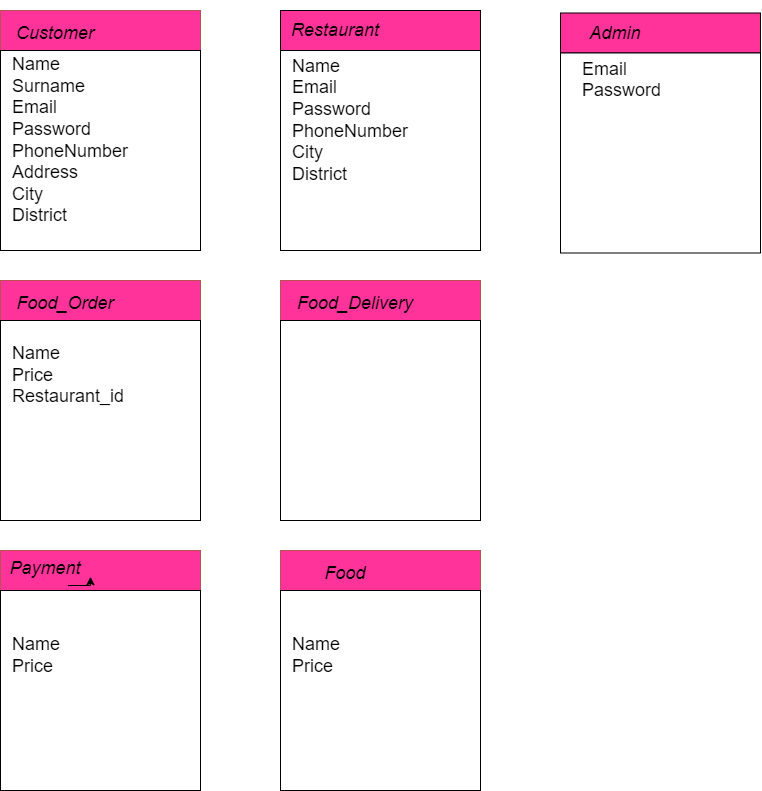
Before: database.png, a diagram exported from draw.io (duygu2/Food-Deliveryy). Source tidied: cells renumbered, new cells last; positions are measured from the earlier drawing's top-left corner, leaving out a move shared by most shapes.
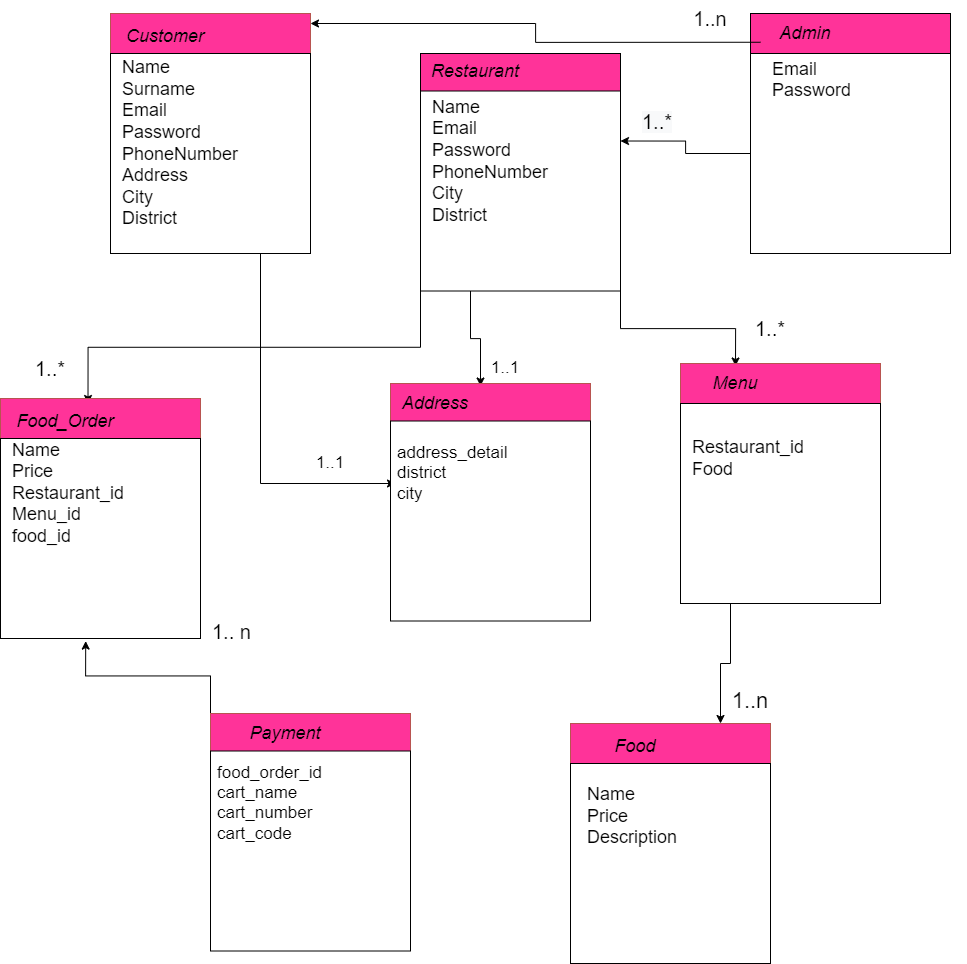
Later version of the same file.

Diff of the diagram source:
```diff
@@ -5,6 +5,9 @@
     <mxCell id="2" style="rounded=0;whiteSpace=wrap;html=1;fillColor=#FF3399;strokeColor=#b85450;" parent="1" vertex="1">
       <mxGeometry y="10" width="200" height="40" as="geometry" />
     </mxCell>
+    <mxCell id="30" style="edgeStyle=orthogonalEdgeStyle;rounded=0;jettySize=auto;html=1;exitX=0.75;exitY=1;exitDx=0;exitDy=0;entryX=0;entryY=0.5;entryDx=0;entryDy=0;fontSize=17;" parent="1" edge="1" source="3" target="49">
+      <mxGeometry relative="1" as="geometry" />
+    </mxCell>
     <mxCell id="3" style="rounded=0;whiteSpace=wrap;html=1;" parent="1" vertex="1">
       <mxGeometry y="50" width="200" height="200" as="geometry" />
     </mxCell>
@@ -15,76 +18,133 @@
       <mxGeometry x="10" y="90" width="150" height="100" as="geometry" />
     </mxCell>
     <mxCell id="6" style="rounded=0;whiteSpace=wrap;html=1;fillColor=#FF3399;" parent="1" vertex="1">
-      <mxGeometry x="280" y="10" width="200" height="40" as="geometry" />
+      <mxGeometry x="310" y="50" width="200" height="40" as="geometry" />
     </mxCell>
+    <mxCell id="31" style="edgeStyle=orthogonalEdgeStyle;rounded=0;jettySize=auto;html=1;exitX=0;exitY=1;exitDx=0;exitDy=0;entryX=0.75;entryY=0;entryDx=0;entryDy=0;fontSize=20;" parent="1" edge="1" source="7" target="16">
+      <mxGeometry relative="1" as="geometry" />
+    </mxCell>
+    <mxCell id="32" style="edgeStyle=orthogonalEdgeStyle;rounded=0;jettySize=auto;html=1;exitX=0.25;exitY=1;exitDx=0;exitDy=0;entryX=1;entryY=0;entryDx=0;entryDy=0;fontSize=17;" parent="1" edge="1" source="7" target="48">
+      <mxGeometry relative="1" as="geometry" />
+    </mxCell>
+    <mxCell id="33" style="edgeStyle=orthogonalEdgeStyle;rounded=0;jettySize=auto;html=1;exitX=1;exitY=1;exitDx=0;exitDy=0;entryX=0.5;entryY=0;entryDx=0;entryDy=0;fontSize=22;" parent="1" edge="1" source="7" target="38">
+      <mxGeometry relative="1" as="geometry" />
+    </mxCell>
     <mxCell id="7" style="rounded=0;whiteSpace=wrap;html=1;" parent="1" vertex="1">
-      <mxGeometry x="280" y="50" width="200" height="200" as="geometry" />
+      <mxGeometry x="310" y="87.5" width="200" height="200" as="geometry" />
     </mxCell>
     <mxCell id="8" value="&lt;font style=&quot;font-size: 18px;&quot;&gt;&lt;i&gt;Restaurant&lt;/i&gt;&lt;/font&gt;" style="text;html=1;strokeColor=none;fillColor=none;align=center;verticalAlign=middle;whiteSpace=wrap;rounded=0;" parent="1" vertex="1">
-      <mxGeometry x="290" y="12.5" width="90" height="35" as="geometry" />
+      <mxGeometry x="320" y="50" width="90" height="35" as="geometry" />
     </mxCell>
     <mxCell id="9" value="Name&lt;br&gt;Email&lt;br&gt;Password&lt;br&gt;PhoneNumber&lt;br&gt;City&lt;br&gt;District" style="text;html=1;strokeColor=none;fillColor=none;align=left;verticalAlign=middle;whiteSpace=wrap;rounded=0;fontSize=18;" parent="1" vertex="1">
-      <mxGeometry x="290" y="70" width="150" height="100" as="geometry" />
+      <mxGeometry x="320" y="107.5" width="150" height="100" as="geometry" />
     </mxCell>
     <mxCell id="10" style="rounded=0;whiteSpace=wrap;html=1;fillColor=#FF3399;" parent="1" vertex="1">
-      <mxGeometry x="560" y="12.5" width="200" height="40" as="geometry" />
+      <mxGeometry x="640" y="10" width="200" height="40" as="geometry" />
     </mxCell>
+    <mxCell id="34" style="edgeStyle=orthogonalEdgeStyle;rounded=0;jettySize=auto;html=1;exitX=0;exitY=0.5;exitDx=0;exitDy=0;entryX=1;entryY=0.25;entryDx=0;entryDy=0;fontSize=20;" parent="1" edge="1" source="11" target="7">
+      <mxGeometry relative="1" as="geometry" />
+    </mxCell>
     <mxCell id="11" style="rounded=0;whiteSpace=wrap;html=1;" parent="1" vertex="1">
-      <mxGeometry x="560" y="52.5" width="200" height="200" as="geometry" />
+      <mxGeometry x="640" y="50" width="200" height="200" as="geometry" />
     </mxCell>
+    <mxCell id="35" style="edgeStyle=orthogonalEdgeStyle;rounded=0;jettySize=auto;html=1;exitX=0;exitY=0.75;exitDx=0;exitDy=0;entryX=1;entryY=0.25;entryDx=0;entryDy=0;fontSize=17;" parent="1" edge="1" source="12" target="2">
+      <mxGeometry relative="1" as="geometry" />
+    </mxCell>
     <mxCell id="12" value="&lt;font style=&quot;font-size: 18px;&quot;&gt;&lt;i&gt;Admin&lt;/i&gt;&lt;/font&gt;" style="text;html=1;strokeColor=none;fillColor=none;align=center;verticalAlign=middle;whiteSpace=wrap;rounded=0;" parent="1" vertex="1">
-      <mxGeometry x="570" y="15" width="90" height="35" as="geometry" />
+      <mxGeometry x="650" y="12.5" width="90" height="35" as="geometry" />
     </mxCell>
     <mxCell id="13" value="&lt;br&gt;Email&lt;br&gt;Password&lt;br&gt;" style="text;html=1;strokeColor=none;fillColor=none;align=left;verticalAlign=middle;whiteSpace=wrap;rounded=0;fontSize=18;" parent="1" vertex="1">
-      <mxGeometry x="580" width="150" height="137.5" as="geometry" />
+      <mxGeometry x="660" y="-2.5" width="150" height="137.5" as="geometry" />
     </mxCell>
     <mxCell id="14" style="rounded=0;whiteSpace=wrap;html=1;fillColor=#FF3399;strokeColor=#b85450;" parent="1" vertex="1">
-      <mxGeometry y="280" width="200" height="40" as="geometry" />
+      <mxGeometry x="-110" y="395" width="200" height="40" as="geometry" />
     </mxCell>
     <mxCell id="15" style="rounded=0;whiteSpace=wrap;html=1;" parent="1" vertex="1">
-      <mxGeometry y="320" width="200" height="200" as="geometry" />
+      <mxGeometry x="-110" y="435" width="200" height="200" as="geometry" />
     </mxCell>
     <mxCell id="16" value="&lt;font style=&quot;font-size: 18px;&quot;&gt;&lt;i&gt;Food_Order&lt;/i&gt;&lt;/font&gt;" style="text;html=1;strokeColor=none;fillColor=none;align=center;verticalAlign=middle;whiteSpace=wrap;rounded=0;" parent="1" vertex="1">
-      <mxGeometry x="20" y="285" width="90" height="35" as="geometry" />
+      <mxGeometry x="-90" y="400" width="90" height="35" as="geometry" />
     </mxCell>
-    <mxCell id="17" value="Name&lt;br&gt;Price&lt;br&gt;Restaurant_id&lt;br&gt;" style="text;html=1;strokeColor=none;fillColor=none;align=left;verticalAlign=middle;whiteSpace=wrap;rounded=0;fontSize=18;" parent="1" vertex="1">
-      <mxGeometry x="10" y="320" width="150" height="110" as="geometry" />
+    <mxCell id="17" value="Name&lt;br&gt;Price&lt;br&gt;Restaurant_id&lt;br&gt;Menu_id&lt;br&gt;food_id" style="text;html=1;strokeColor=none;fillColor=none;align=left;verticalAlign=middle;whiteSpace=wrap;rounded=0;fontSize=18;" parent="1" vertex="1">
+      <mxGeometry x="-100" y="435" width="150" height="110" as="geometry" />
     </mxCell>
+    <mxCell id="36" style="edgeStyle=orthogonalEdgeStyle;rounded=0;jettySize=auto;html=1;exitX=0;exitY=0;exitDx=0;exitDy=0;entryX=0.426;entryY=1.013;entryDx=0;entryDy=0;entryPerimeter=0;fontSize=15;" parent="1" edge="1" source="18" target="15">
+      <mxGeometry relative="1" as="geometry" />
+    </mxCell>
     <mxCell id="18" style="rounded=0;whiteSpace=wrap;html=1;fillColor=#FF3399;strokeColor=#b85450;" parent="1" vertex="1">
-      <mxGeometry x="280" y="280" width="200" height="40" as="geometry" />
+      <mxGeometry x="100" y="710" width="200" height="40" as="geometry" />
     </mxCell>
     <mxCell id="19" style="rounded=0;whiteSpace=wrap;html=1;" parent="1" vertex="1">
-      <mxGeometry x="280" y="320" width="200" height="200" as="geometry" />
+      <mxGeometry x="100" y="747.5" width="200" height="200" as="geometry" />
     </mxCell>
-    <mxCell id="20" value="&lt;font style=&quot;font-size: 18px;&quot;&gt;&lt;i&gt;Food_Delivery&lt;/i&gt;&lt;/font&gt;" style="text;html=1;strokeColor=none;fillColor=none;align=center;verticalAlign=middle;whiteSpace=wrap;rounded=0;" parent="1" vertex="1">
-      <mxGeometry x="310" y="285" width="90" height="35" as="geometry" />
+    <mxCell id="20" value="&lt;font style=&quot;font-size: 18px;&quot;&gt;&lt;i&gt;Payment&lt;/i&gt;&lt;/font&gt;" style="text;html=1;strokeColor=none;fillColor=none;align=center;verticalAlign=middle;whiteSpace=wrap;rounded=0;" parent="1" vertex="1">
+      <mxGeometry x="130" y="712.5" width="90" height="35" as="geometry" />
     </mxCell>
     <mxCell id="21" style="rounded=0;whiteSpace=wrap;html=1;fillColor=#FF3399;strokeColor=#b85450;" parent="1" vertex="1">
-      <mxGeometry y="550" width="200" height="40" as="geometry" />
+      <mxGeometry x="570" y="360" width="200" height="40" as="geometry" />
     </mxCell>
+    <mxCell id="37" style="edgeStyle=orthogonalEdgeStyle;rounded=0;jettySize=auto;html=1;exitX=0.25;exitY=1;exitDx=0;exitDy=0;entryX=0.75;entryY=0;entryDx=0;entryDy=0;fontSize=22;" parent="1" edge="1" source="22" target="24">
+      <mxGeometry relative="1" as="geometry" />
+    </mxCell>
     <mxCell id="22" style="rounded=0;whiteSpace=wrap;html=1;" parent="1" vertex="1">
-      <mxGeometry y="590" width="200" height="200" as="geometry" />
+      <mxGeometry x="570" y="400" width="200" height="200" as="geometry" />
     </mxCell>
-    <mxCell id="23" value="Name&lt;br&gt;Price&lt;br&gt;" style="text;html=1;strokeColor=none;fillColor=none;align=left;verticalAlign=middle;whiteSpace=wrap;rounded=0;fontSize=18;" parent="1" vertex="1">
-      <mxGeometry x="10" y="600" width="150" height="110" as="geometry" />
+    <mxCell id="23" value="Restaurant_id&lt;br&gt;Food" style="text;html=1;strokeColor=none;fillColor=none;align=left;verticalAlign=middle;whiteSpace=wrap;rounded=0;fontSize=18;" parent="1" vertex="1">
+      <mxGeometry x="580" y="400" width="150" height="110" as="geometry" />
     </mxCell>
     <mxCell id="24" style="rounded=0;whiteSpace=wrap;html=1;fillColor=#FF3399;strokeColor=#b85450;" parent="1" vertex="1">
-      <mxGeometry x="280" y="550" width="200" height="40" as="geometry" />
+      <mxGeometry x="460" y="720" width="200" height="40" as="geometry" />
     </mxCell>
     <mxCell id="25" style="rounded=0;whiteSpace=wrap;html=1;" parent="1" vertex="1">
-      <mxGeometry x="280" y="590" width="200" height="200" as="geometry" />
+      <mxGeometry x="460" y="760" width="200" height="200" as="geometry" />
     </mxCell>
     <mxCell id="26" value="&lt;font style=&quot;font-size: 18px;&quot;&gt;&lt;i&gt;Food&lt;/i&gt;&lt;/font&gt;" style="text;html=1;strokeColor=none;fillColor=none;align=center;verticalAlign=middle;whiteSpace=wrap;rounded=0;" parent="1" vertex="1">
-      <mxGeometry x="300" y="555" width="90" height="35" as="geometry" />
+      <mxGeometry x="480" y="725" width="90" height="35" as="geometry" />
     </mxCell>
-    <mxCell id="27" value="Name&lt;br&gt;Price&lt;br&gt;" style="text;html=1;strokeColor=none;fillColor=none;align=left;verticalAlign=middle;whiteSpace=wrap;rounded=0;fontSize=18;" parent="1" vertex="1">
-      <mxGeometry x="290" y="600" width="150" height="110" as="geometry" />
+    <mxCell id="27" value="Name&lt;br&gt;Price&lt;br&gt;Description" style="text;html=1;strokeColor=none;fillColor=none;align=left;verticalAlign=middle;whiteSpace=wrap;rounded=0;fontSize=18;" parent="1" vertex="1">
+      <mxGeometry x="475" y="760" width="380" height="105" as="geometry" />
     </mxCell>
-    <mxCell id="28" value="&lt;font style=&quot;font-size: 18px;&quot;&gt;&lt;i&gt;Payment&lt;/i&gt;&lt;/font&gt;" style="text;html=1;strokeColor=none;fillColor=none;align=center;verticalAlign=middle;whiteSpace=wrap;rounded=0;" parent="1" vertex="1">
-      <mxGeometry y="550" width="90" height="35" as="geometry" />
-    </mxCell>
-    <mxCell id="29" style="edgeStyle=orthogonalEdgeStyle;rounded=0;orthogonalLoop=1;jettySize=auto;html=1;exitX=0.75;exitY=1;exitDx=0;exitDy=0;entryX=1;entryY=0.75;entryDx=0;entryDy=0;fontSize=18;fontColor=#FF6666;" parent="1" edge="1" source="28" target="28">
-      <mxGeometry relative="1" as="geometry" />
-    </mxCell>
+    <mxCell id="38" value="&lt;font style=&quot;font-size: 18px;&quot;&gt;&lt;i&gt;Menu&lt;/i&gt;&lt;/font&gt;" style="text;html=1;strokeColor=none;fillColor=none;align=center;verticalAlign=middle;whiteSpace=wrap;rounded=0;" parent="1" vertex="1">
+      <mxGeometry x="580" y="362.5" width="90" height="35" as="geometry" />
+    </mxCell>
+    <mxCell id="39" value="&lt;font style=&quot;font-size: 22px;&quot;&gt;1..n&lt;/font&gt;" style="text;html=1;strokeColor=none;fillColor=none;align=center;verticalAlign=middle;whiteSpace=wrap;rounded=0;" parent="1" vertex="1">
+      <mxGeometry x="610" y="682.5" width="60" height="30" as="geometry" />
+    </mxCell>
+    <mxCell id="40" value="1..*" style="text;html=1;strokeColor=none;fillColor=none;align=center;verticalAlign=middle;whiteSpace=wrap;rounded=0;fontSize=20;" parent="1" vertex="1">
+      <mxGeometry x="630" y="310" width="60" height="30" as="geometry" />
+    </mxCell>
+    <mxCell id="41" value="1..*" style="text;html=1;strokeColor=none;fillColor=none;align=center;verticalAlign=middle;whiteSpace=wrap;rounded=0;fontSize=20;" parent="1" vertex="1">
+      <mxGeometry x="-90" y="350" width="60" height="30" as="geometry" />
+    </mxCell>
+    <mxCell id="42" value="1..n" style="text;html=1;strokeColor=none;fillColor=none;align=center;verticalAlign=middle;whiteSpace=wrap;rounded=0;fontSize=20;" parent="1" vertex="1">
+      <mxGeometry x="570" width="60" height="30" as="geometry" />
+    </mxCell>
+    <mxCell id="43" value="&lt;span style=&quot;color: rgb(0, 0, 0); font-family: Helvetica; font-size: 20px; font-style: normal; font-variant-ligatures: normal; font-variant-caps: normal; font-weight: 400; letter-spacing: normal; orphans: 2; text-align: center; text-indent: 0px; text-transform: none; widows: 2; word-spacing: 0px; -webkit-text-stroke-width: 0px; background-color: rgb(248, 249, 250); text-decoration-thickness: initial; text-decoration-style: initial; text-decoration-color: initial; float: none; display: inline !important;&quot;&gt;1..*&lt;/span&gt;" style="text;whiteSpace=wrap;html=1;fontSize=20;" parent="1" vertex="1">
+      <mxGeometry x="530" y="100" width="60" height="40" as="geometry" />
+    </mxCell>
+    <mxCell id="44" value="&lt;div style=&quot;text-align: center;&quot;&gt;&lt;span style=&quot;background-color: initial; font-size: 20px;&quot;&gt;1.. n&lt;/span&gt;&lt;/div&gt;" style="text;whiteSpace=wrap;html=1;fontSize=15;" parent="1" vertex="1">
+      <mxGeometry x="100" y="610" width="60" height="40" as="geometry" />
+    </mxCell>
+    <mxCell id="45" value="&lt;font style=&quot;font-size: 17px;&quot;&gt;food_order_id&lt;br&gt;cart_name&lt;br&gt;cart_number&lt;br&gt;cart_code&lt;br&gt;&lt;br&gt;&lt;/font&gt;" style="text;html=1;strokeColor=none;fillColor=none;align=left;verticalAlign=middle;whiteSpace=wrap;rounded=0;fontSize=15;" parent="1" vertex="1">
+      <mxGeometry x="105" y="730" width="190" height="160" as="geometry" />
+    </mxCell>
+    <mxCell id="46" style="rounded=0;whiteSpace=wrap;html=1;fillColor=#FF3399;strokeColor=#b85450;" parent="1" vertex="1">
+      <mxGeometry x="280" y="380" width="200" height="40" as="geometry" />
+    </mxCell>
+    <mxCell id="47" style="rounded=0;whiteSpace=wrap;html=1;" parent="1" vertex="1">
+      <mxGeometry x="280" y="417.5" width="200" height="200" as="geometry" />
+    </mxCell>
+    <mxCell id="48" value="&lt;span style=&quot;font-size: 18px;&quot;&gt;&lt;i&gt;Address&lt;/i&gt;&lt;/span&gt;" style="text;html=1;strokeColor=none;fillColor=none;align=center;verticalAlign=middle;whiteSpace=wrap;rounded=0;" parent="1" vertex="1">
+      <mxGeometry x="280" y="382.5" width="90" height="35" as="geometry" />
+    </mxCell>
+    <mxCell id="49" value="&lt;font style=&quot;font-size: 17px;&quot;&gt;address_detail&lt;br&gt;district&lt;br&gt;city&lt;br&gt;&lt;br&gt;&lt;/font&gt;" style="text;html=1;strokeColor=none;fillColor=none;align=left;verticalAlign=middle;whiteSpace=wrap;rounded=0;fontSize=15;" parent="1" vertex="1">
+      <mxGeometry x="285" y="400" width="190" height="160" as="geometry" />
+    </mxCell>
+    <mxCell id="50" value="1..1" style="text;html=1;strokeColor=none;fillColor=none;align=center;verticalAlign=middle;whiteSpace=wrap;rounded=0;fontSize=17;" parent="1" vertex="1">
+      <mxGeometry x="365" y="340" width="60" height="50" as="geometry" />
+    </mxCell>
+    <mxCell id="51" value="1..1" style="text;html=1;strokeColor=none;fillColor=none;align=center;verticalAlign=middle;whiteSpace=wrap;rounded=0;fontSize=17;" parent="1" vertex="1">
+      <mxGeometry x="190" y="435" width="60" height="50" as="geometry" />
+    </mxCell>
   </root>
 </mxGraphModel>
```
